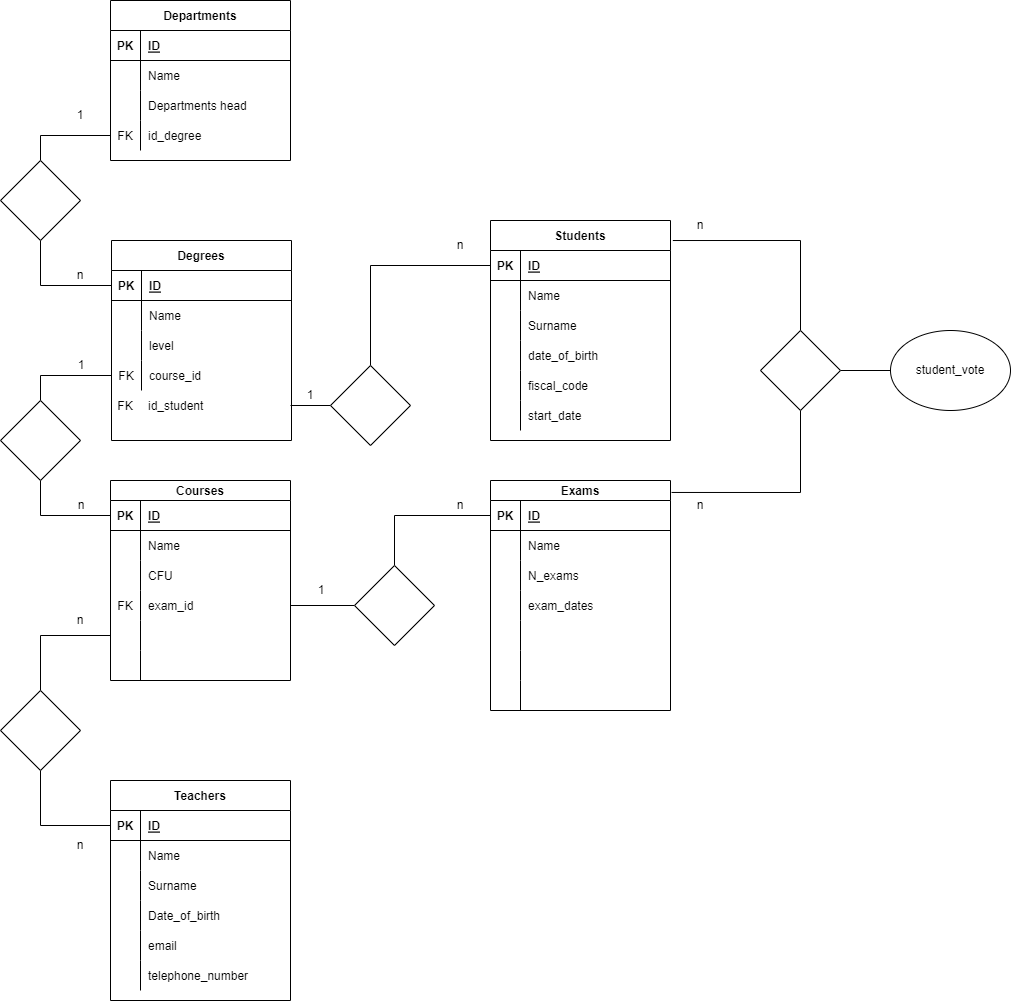
Above: db-university.drawio.png in ErJump/db-university (draw.io), before the change. Source tidied: cells renumbered, new cells last; positions are measured from the earlier drawing's top-left corner, leaving out a move shared by most shapes.
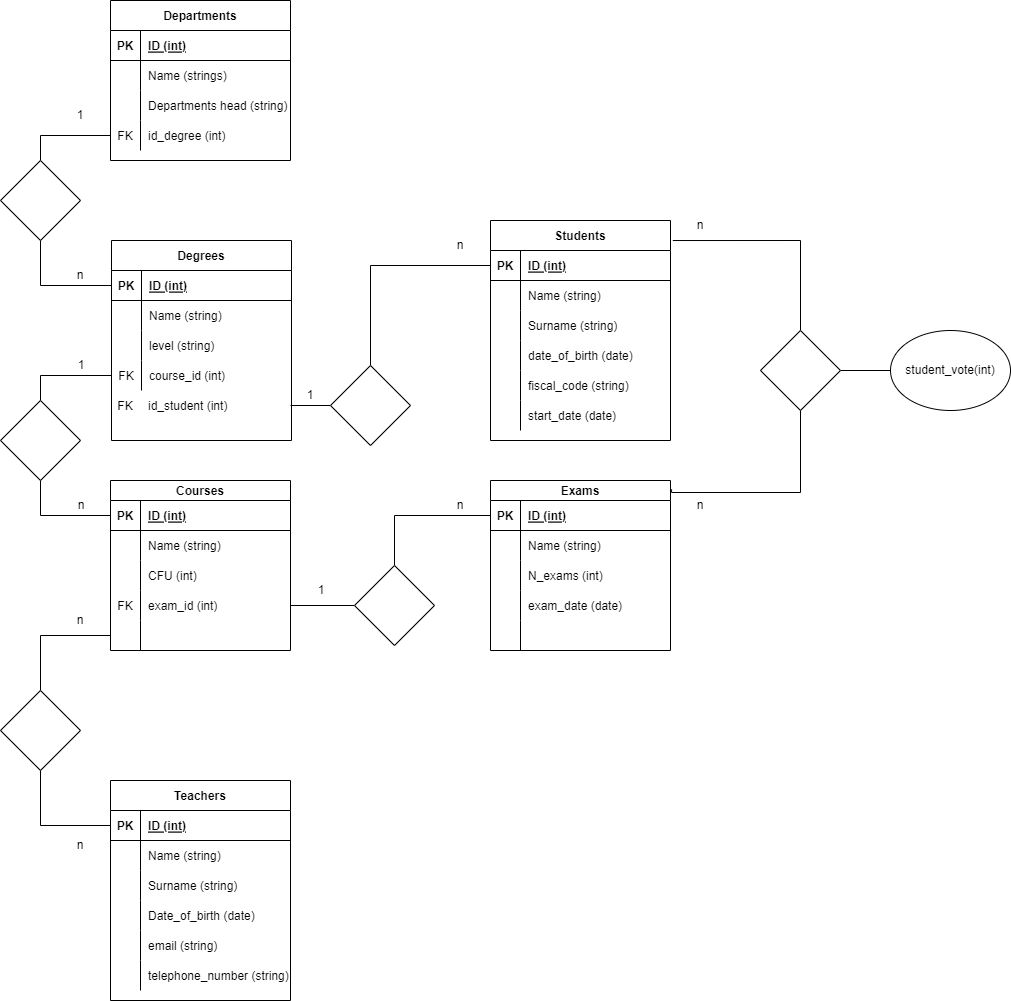
The same diagram one commit later.

Commit message:
Adds type of variable

Change to the diagram source:
```diff
@@ -13,3 +13,3 @@
     </mxCell>
-    <mxCell id="5" value="ID" style="shape=partialRectangle;fillColor=none;top=0;left=0;bottom=0;right=0;align=left;spacingLeft=6;fontStyle=5;overflow=hidden;" parent="3" vertex="1">
+    <mxCell id="5" value="ID (int)" style="shape=partialRectangle;fillColor=none;top=0;left=0;bottom=0;right=0;align=left;spacingLeft=6;fontStyle=5;overflow=hidden;" parent="3" vertex="1">
       <mxGeometry x="30" width="150" height="30" as="geometry" />
@@ -22,3 +22,3 @@
     </mxCell>
-    <mxCell id="8" value="Name" style="shape=partialRectangle;fillColor=none;top=0;left=0;bottom=0;right=0;align=left;spacingLeft=6;overflow=hidden;" parent="6" vertex="1">
+    <mxCell id="8" value="Name (strings)" style="shape=partialRectangle;fillColor=none;top=0;left=0;bottom=0;right=0;align=left;spacingLeft=6;overflow=hidden;" parent="6" vertex="1">
       <mxGeometry x="30" width="150" height="30" as="geometry" />
@@ -31,3 +31,3 @@
     </mxCell>
-    <mxCell id="11" value="Departments head" style="shape=partialRectangle;fillColor=none;top=0;left=0;bottom=0;right=0;align=left;spacingLeft=6;overflow=hidden;" parent="9" vertex="1">
+    <mxCell id="11" value="Departments head (string)" style="shape=partialRectangle;fillColor=none;top=0;left=0;bottom=0;right=0;align=left;spacingLeft=6;overflow=hidden;" parent="9" vertex="1">
       <mxGeometry x="30" width="150" height="30" as="geometry" />
@@ -40,3 +40,3 @@
     </mxCell>
-    <mxCell id="14" value="id_degree" style="shape=partialRectangle;fillColor=none;top=0;left=0;bottom=0;right=0;align=left;spacingLeft=6;overflow=hidden;" parent="12" vertex="1">
+    <mxCell id="14" value="id_degree (int)" style="shape=partialRectangle;fillColor=none;top=0;left=0;bottom=0;right=0;align=left;spacingLeft=6;overflow=hidden;" parent="12" vertex="1">
       <mxGeometry x="30" width="150" height="30" as="geometry" />
@@ -44,3 +44,3 @@
     <mxCell id="15" value="Courses" style="shape=table;startSize=20;rowLines=0;fontStyle=1;align=center;" parent="1" vertex="1">
-      <mxGeometry x="110" y="480" width="180" height="200" as="geometry" />
+      <mxGeometry x="110" y="480" width="180" height="170" as="geometry" />
     </mxCell>
@@ -52,3 +52,3 @@
     </mxCell>
-    <mxCell id="18" value="ID" style="shape=partialRectangle;fillColor=none;top=0;left=0;bottom=0;right=0;align=left;spacingLeft=6;fontStyle=5;overflow=hidden;" parent="16" vertex="1">
+    <mxCell id="18" value="ID (int)" style="shape=partialRectangle;fillColor=none;top=0;left=0;bottom=0;right=0;align=left;spacingLeft=6;fontStyle=5;overflow=hidden;" parent="16" vertex="1">
       <mxGeometry x="30" width="150" height="30" as="geometry" />
@@ -61,3 +61,3 @@
     </mxCell>
-    <mxCell id="21" value="Name" style="shape=partialRectangle;fillColor=none;top=0;left=0;bottom=0;right=0;align=left;spacingLeft=6;overflow=hidden;" parent="19" vertex="1">
+    <mxCell id="21" value="Name (string)" style="shape=partialRectangle;fillColor=none;top=0;left=0;bottom=0;right=0;align=left;spacingLeft=6;overflow=hidden;" parent="19" vertex="1">
       <mxGeometry x="30" width="150" height="30" as="geometry" />
@@ -70,3 +70,3 @@
     </mxCell>
-    <mxCell id="24" value="CFU" style="shape=partialRectangle;fillColor=none;top=0;left=0;bottom=0;right=0;align=left;spacingLeft=6;overflow=hidden;" parent="22" vertex="1">
+    <mxCell id="24" value="CFU (int)" style="shape=partialRectangle;fillColor=none;top=0;left=0;bottom=0;right=0;align=left;spacingLeft=6;overflow=hidden;" parent="22" vertex="1">
       <mxGeometry x="30" width="150" height="30" as="geometry" />
@@ -79,16 +79,7 @@
     </mxCell>
-    <mxCell id="27" value="exam_id" style="shape=partialRectangle;fillColor=none;top=0;left=0;bottom=0;right=0;align=left;spacingLeft=6;overflow=hidden;" parent="25" vertex="1">
+    <mxCell id="27" value="exam_id (int) " style="shape=partialRectangle;fillColor=none;top=0;left=0;bottom=0;right=0;align=left;spacingLeft=6;overflow=hidden;" parent="25" vertex="1">
       <mxGeometry x="30" width="150" height="30" as="geometry" />
     </mxCell>
-    <mxCell id="28" style="shape=tableRow;horizontal=0;startSize=0;swimlaneHead=0;swimlaneBody=0;fillColor=none;points=[[0,0.5],[1,0.5]];portConstraint=eastwest;top=0;left=0;right=0;bottom=0;" parent="15" vertex="1">
-      <mxGeometry y="140" width="180" height="30" as="geometry" />
-    </mxCell>
-    <mxCell id="29" style="shape=partialRectangle;fillColor=none;top=0;left=0;bottom=0;right=0;overflow=hidden;" parent="28" vertex="1">
-      <mxGeometry width="30" height="30" as="geometry" />
-    </mxCell>
-    <mxCell id="30" style="shape=partialRectangle;fillColor=none;top=0;left=0;bottom=0;right=0;align=left;spacingLeft=6;overflow=hidden;" parent="28" vertex="1">
-      <mxGeometry x="30" width="150" height="30" as="geometry" />
-    </mxCell>
     <mxCell id="31" style="shape=tableRow;horizontal=0;startSize=0;swimlaneHead=0;swimlaneBody=0;fillColor=none;top=0;left=0;right=0;bottom=0;" parent="15" vertex="1">
-      <mxGeometry y="170" width="180" height="30" as="geometry" />
+      <mxGeometry y="140" width="180" height="30" as="geometry" />
     </mxCell>
@@ -109,3 +100,3 @@
     </mxCell>
-    <mxCell id="37" value="ID" style="shape=partialRectangle;fillColor=none;top=0;left=0;bottom=0;right=0;align=left;spacingLeft=6;fontStyle=5;overflow=hidden;" parent="35" vertex="1">
+    <mxCell id="37" value="ID (int)" style="shape=partialRectangle;fillColor=none;top=0;left=0;bottom=0;right=0;align=left;spacingLeft=6;fontStyle=5;overflow=hidden;" parent="35" vertex="1">
       <mxGeometry x="30" width="150" height="30" as="geometry" />
@@ -118,3 +109,3 @@
     </mxCell>
-    <mxCell id="40" value="Name" style="shape=partialRectangle;fillColor=none;top=0;left=0;bottom=0;right=0;align=left;spacingLeft=6;overflow=hidden;" parent="38" vertex="1">
+    <mxCell id="40" value="Name (string)" style="shape=partialRectangle;fillColor=none;top=0;left=0;bottom=0;right=0;align=left;spacingLeft=6;overflow=hidden;" parent="38" vertex="1">
       <mxGeometry x="30" width="150" height="30" as="geometry" />
@@ -127,3 +118,3 @@
     </mxCell>
-    <mxCell id="43" value="Surname" style="shape=partialRectangle;fillColor=none;top=0;left=0;bottom=0;right=0;align=left;spacingLeft=6;overflow=hidden;" parent="41" vertex="1">
+    <mxCell id="43" value="Surname (string)" style="shape=partialRectangle;fillColor=none;top=0;left=0;bottom=0;right=0;align=left;spacingLeft=6;overflow=hidden;" parent="41" vertex="1">
       <mxGeometry x="30" width="150" height="30" as="geometry" />
@@ -136,3 +127,3 @@
     </mxCell>
-    <mxCell id="46" value="date_of_birth" style="shape=partialRectangle;fillColor=none;top=0;left=0;bottom=0;right=0;align=left;spacingLeft=6;overflow=hidden;" parent="44" vertex="1">
+    <mxCell id="46" value="date_of_birth (date)" style="shape=partialRectangle;fillColor=none;top=0;left=0;bottom=0;right=0;align=left;spacingLeft=6;overflow=hidden;" parent="44" vertex="1">
       <mxGeometry x="30" width="150" height="30" as="geometry" />
@@ -145,3 +136,3 @@
     </mxCell>
-    <mxCell id="49" value="fiscal_code" style="shape=partialRectangle;fillColor=none;top=0;left=0;bottom=0;right=0;align=left;spacingLeft=6;overflow=hidden;" parent="47" vertex="1">
+    <mxCell id="49" value="fiscal_code (string)" style="shape=partialRectangle;fillColor=none;top=0;left=0;bottom=0;right=0;align=left;spacingLeft=6;overflow=hidden;" parent="47" vertex="1">
       <mxGeometry x="30" width="150" height="30" as="geometry" />
@@ -154,3 +145,3 @@
     </mxCell>
-    <mxCell id="52" value="start_date" style="shape=partialRectangle;fillColor=none;top=0;left=0;bottom=0;right=0;align=left;spacingLeft=6;overflow=hidden;" parent="50" vertex="1">
+    <mxCell id="52" value="start_date (date)" style="shape=partialRectangle;fillColor=none;top=0;left=0;bottom=0;right=0;align=left;spacingLeft=6;overflow=hidden;" parent="50" vertex="1">
       <mxGeometry x="30" width="150" height="30" as="geometry" />
@@ -178,3 +169,3 @@
     </mxCell>
-    <mxCell id="60" value="ID" style="shape=partialRectangle;fillColor=none;top=0;left=0;bottom=0;right=0;align=left;spacingLeft=6;fontStyle=5;overflow=hidden;" parent="58" vertex="1">
+    <mxCell id="60" value="ID (int)" style="shape=partialRectangle;fillColor=none;top=0;left=0;bottom=0;right=0;align=left;spacingLeft=6;fontStyle=5;overflow=hidden;" parent="58" vertex="1">
       <mxGeometry x="30" width="150" height="30" as="geometry" />
@@ -187,3 +178,3 @@
     </mxCell>
-    <mxCell id="63" value="Name" style="shape=partialRectangle;fillColor=none;top=0;left=0;bottom=0;right=0;align=left;spacingLeft=6;overflow=hidden;" parent="61" vertex="1">
+    <mxCell id="63" value="Name (string)" style="shape=partialRectangle;fillColor=none;top=0;left=0;bottom=0;right=0;align=left;spacingLeft=6;overflow=hidden;" parent="61" vertex="1">
       <mxGeometry x="30" width="150" height="30" as="geometry" />
@@ -196,3 +187,3 @@
     </mxCell>
-    <mxCell id="66" value="level" style="shape=partialRectangle;fillColor=none;top=0;left=0;bottom=0;right=0;align=left;spacingLeft=6;overflow=hidden;" parent="64" vertex="1">
+    <mxCell id="66" value="level (string)" style="shape=partialRectangle;fillColor=none;top=0;left=0;bottom=0;right=0;align=left;spacingLeft=6;overflow=hidden;" parent="64" vertex="1">
       <mxGeometry x="30" width="150" height="30" as="geometry" />
@@ -205,3 +196,3 @@
     </mxCell>
-    <mxCell id="69" value="course_id" style="shape=partialRectangle;fillColor=none;top=0;left=0;bottom=0;right=0;align=left;spacingLeft=6;overflow=hidden;" parent="67" vertex="1">
+    <mxCell id="69" value="course_id (int)" style="shape=partialRectangle;fillColor=none;top=0;left=0;bottom=0;right=0;align=left;spacingLeft=6;overflow=hidden;" parent="67" vertex="1">
       <mxGeometry x="30" width="150" height="30" as="geometry" />
@@ -239,3 +230,3 @@
     </mxCell>
-    <mxCell id="79" value="ID" style="shape=partialRectangle;fillColor=none;top=0;left=0;bottom=0;right=0;align=left;spacingLeft=6;fontStyle=5;overflow=hidden;" parent="77" vertex="1">
+    <mxCell id="79" value="ID (int)" style="shape=partialRectangle;fillColor=none;top=0;left=0;bottom=0;right=0;align=left;spacingLeft=6;fontStyle=5;overflow=hidden;" parent="77" vertex="1">
       <mxGeometry x="30" width="150" height="30" as="geometry" />
@@ -248,3 +239,3 @@
     </mxCell>
-    <mxCell id="82" value="Name" style="shape=partialRectangle;fillColor=none;top=0;left=0;bottom=0;right=0;align=left;spacingLeft=6;overflow=hidden;" parent="80" vertex="1">
+    <mxCell id="82" value="Name (string)" style="shape=partialRectangle;fillColor=none;top=0;left=0;bottom=0;right=0;align=left;spacingLeft=6;overflow=hidden;" parent="80" vertex="1">
       <mxGeometry x="30" width="150" height="30" as="geometry" />
@@ -257,3 +248,3 @@
     </mxCell>
-    <mxCell id="85" value="Surname" style="shape=partialRectangle;fillColor=none;top=0;left=0;bottom=0;right=0;align=left;spacingLeft=6;overflow=hidden;" parent="83" vertex="1">
+    <mxCell id="85" value="Surname (string)" style="shape=partialRectangle;fillColor=none;top=0;left=0;bottom=0;right=0;align=left;spacingLeft=6;overflow=hidden;" parent="83" vertex="1">
       <mxGeometry x="30" width="150" height="30" as="geometry" />
@@ -266,3 +257,3 @@
     </mxCell>
-    <mxCell id="88" value="Date_of_birth" style="shape=partialRectangle;fillColor=none;top=0;left=0;bottom=0;right=0;align=left;spacingLeft=6;overflow=hidden;" parent="86" vertex="1">
+    <mxCell id="88" value="Date_of_birth (date)" style="shape=partialRectangle;fillColor=none;top=0;left=0;bottom=0;right=0;align=left;spacingLeft=6;overflow=hidden;" parent="86" vertex="1">
       <mxGeometry x="30" width="150" height="30" as="geometry" />
@@ -275,3 +266,3 @@
     </mxCell>
-    <mxCell id="91" value="email" style="shape=partialRectangle;fillColor=none;top=0;left=0;bottom=0;right=0;align=left;spacingLeft=6;overflow=hidden;" parent="89" vertex="1">
+    <mxCell id="91" value="email (string)" style="shape=partialRectangle;fillColor=none;top=0;left=0;bottom=0;right=0;align=left;spacingLeft=6;overflow=hidden;" parent="89" vertex="1">
       <mxGeometry x="30" width="150" height="30" as="geometry" />
@@ -284,3 +275,3 @@
     </mxCell>
-    <mxCell id="94" value="telephone_number" style="shape=partialRectangle;fillColor=none;top=0;left=0;bottom=0;right=0;align=left;spacingLeft=6;overflow=hidden;" parent="92" vertex="1">
+    <mxCell id="94" value="telephone_number (string)" style="shape=partialRectangle;fillColor=none;top=0;left=0;bottom=0;right=0;align=left;spacingLeft=6;overflow=hidden;" parent="92" vertex="1">
       <mxGeometry x="30" width="150" height="30" as="geometry" />
@@ -288,3 +279,3 @@
     <mxCell id="95" value="Exams" style="shape=table;startSize=20;rowLines=0;fontStyle=1;align=center;" parent="1" vertex="1">
-      <mxGeometry x="490" y="480" width="180" height="230" as="geometry" />
+      <mxGeometry x="490" y="480" width="180" height="170" as="geometry" />
     </mxCell>
@@ -296,3 +287,3 @@
     </mxCell>
-    <mxCell id="98" value="ID" style="shape=partialRectangle;fillColor=none;top=0;left=0;bottom=0;right=0;align=left;spacingLeft=6;fontStyle=5;overflow=hidden;" parent="96" vertex="1">
+    <mxCell id="98" value="ID (int)" style="shape=partialRectangle;fillColor=none;top=0;left=0;bottom=0;right=0;align=left;spacingLeft=6;fontStyle=5;overflow=hidden;" parent="96" vertex="1">
       <mxGeometry x="30" width="150" height="30" as="geometry" />
@@ -305,3 +296,3 @@
     </mxCell>
-    <mxCell id="101" value="Name" style="shape=partialRectangle;fillColor=none;top=0;left=0;bottom=0;right=0;align=left;spacingLeft=6;overflow=hidden;" parent="99" vertex="1">
+    <mxCell id="101" value="Name (string)" style="shape=partialRectangle;fillColor=none;top=0;left=0;bottom=0;right=0;align=left;spacingLeft=6;overflow=hidden;" parent="99" vertex="1">
       <mxGeometry x="30" width="150" height="30" as="geometry" />
@@ -314,3 +305,3 @@
     </mxCell>
-    <mxCell id="104" value="N_exams" style="shape=partialRectangle;fillColor=none;top=0;left=0;bottom=0;right=0;align=left;spacingLeft=6;overflow=hidden;" parent="102" vertex="1">
+    <mxCell id="104" value="N_exams (int)" style="shape=partialRectangle;fillColor=none;top=0;left=0;bottom=0;right=0;align=left;spacingLeft=6;overflow=hidden;" parent="102" vertex="1">
       <mxGeometry x="30" width="150" height="30" as="geometry" />
@@ -323,16 +314,7 @@
     </mxCell>
-    <mxCell id="107" value="exam_dates" style="shape=partialRectangle;fillColor=none;top=0;left=0;bottom=0;right=0;align=left;spacingLeft=6;overflow=hidden;" parent="105" vertex="1">
+    <mxCell id="107" value="exam_date (date)" style="shape=partialRectangle;fillColor=none;top=0;left=0;bottom=0;right=0;align=left;spacingLeft=6;overflow=hidden;" parent="105" vertex="1">
       <mxGeometry x="30" width="150" height="30" as="geometry" />
     </mxCell>
-    <mxCell id="108" style="shape=tableRow;horizontal=0;startSize=0;swimlaneHead=0;swimlaneBody=0;fillColor=none;top=0;left=0;right=0;bottom=0;" parent="95" vertex="1">
-      <mxGeometry y="140" width="180" height="30" as="geometry" />
-    </mxCell>
-    <mxCell id="109" style="shape=partialRectangle;fillColor=none;top=0;left=0;bottom=0;right=0;overflow=hidden;" parent="108" vertex="1">
-      <mxGeometry width="30" height="30" as="geometry" />
-    </mxCell>
-    <mxCell id="110" style="shape=partialRectangle;fillColor=none;top=0;left=0;bottom=0;right=0;align=left;spacingLeft=6;overflow=hidden;" parent="108" vertex="1">
-      <mxGeometry x="30" width="150" height="30" as="geometry" />
-    </mxCell>
     <mxCell id="111" style="shape=tableRow;horizontal=0;startSize=0;swimlaneHead=0;swimlaneBody=0;fillColor=none;top=0;left=0;right=0;bottom=0;" parent="95" vertex="1">
-      <mxGeometry y="170" width="180" height="30" as="geometry" />
+      <mxGeometry y="140" width="180" height="30" as="geometry" />
     </mxCell>
@@ -344,11 +326,2 @@
     </mxCell>
-    <mxCell id="114" style="shape=tableRow;horizontal=0;startSize=0;swimlaneHead=0;swimlaneBody=0;fillColor=none;top=0;left=0;right=0;bottom=0;" parent="95" vertex="1">
-      <mxGeometry y="200" width="180" height="30" as="geometry" />
-    </mxCell>
-    <mxCell id="115" style="shape=partialRectangle;fillColor=none;top=0;left=0;bottom=0;right=0;overflow=hidden;" parent="114" vertex="1">
-      <mxGeometry width="30" height="30" as="geometry" />
-    </mxCell>
-    <mxCell id="116" style="shape=partialRectangle;fillColor=none;top=0;left=0;bottom=0;right=0;align=left;spacingLeft=6;overflow=hidden;" parent="114" vertex="1">
-      <mxGeometry x="30" width="150" height="30" as="geometry" />
-    </mxCell>
     <mxCell id="117" style="edgeStyle=orthogonalEdgeStyle;rounded=0;jettySize=auto;html=1;entryX=1;entryY=0.5;entryDx=0;entryDy=0;endArrow=none;endFill=0;exitX=0;exitY=0.5;exitDx=0;exitDy=0;" parent="1" edge="1" source="119" target="25">
@@ -376,4 +349,9 @@
     </mxCell>
-    <mxCell id="123" style="edgeStyle=orthogonalEdgeStyle;rounded=0;jettySize=auto;html=1;entryX=0;entryY=0.5;entryDx=0;entryDy=0;endArrow=none;endFill=0;" parent="1" edge="1" source="124" target="28">
-      <mxGeometry relative="1" as="geometry" />
+    <mxCell id="123" style="edgeStyle=orthogonalEdgeStyle;rounded=0;jettySize=auto;html=1;entryX=0;entryY=0.5;entryDx=0;entryDy=0;endArrow=none;endFill=0;" parent="1" edge="1" source="124">
+      <mxGeometry relative="1" as="geometry">
+        <mxPoint x="110" y="635" as="targetPoint" />
+        <Array as="points">
+          <mxPoint x="40" y="635" />
+        </Array>
+      </mxGeometry>
     </mxCell>
@@ -394,3 +372,3 @@
     </mxCell>
-    <mxCell id="129" value="id_student" style="shape=partialRectangle;fillColor=none;top=0;left=0;bottom=0;right=0;align=left;spacingLeft=6;overflow=hidden;" parent="127" vertex="1">
+    <mxCell id="129" value="id_student (int)" style="shape=partialRectangle;fillColor=none;top=0;left=0;bottom=0;right=0;align=left;spacingLeft=6;overflow=hidden;" parent="127" vertex="1">
       <mxGeometry x="30" width="150" height="30" as="geometry" />
@@ -438,3 +416,3 @@
     </mxCell>
-    <mxCell id="141" value="student_vote" style="ellipse;whiteSpace=wrap;html=1;" parent="1" vertex="1">
+    <mxCell id="141" value="student_vote(int)" style="ellipse;whiteSpace=wrap;html=1;" parent="1" vertex="1">
       <mxGeometry x="890" y="330" width="120" height="80" as="geometry" />
```
